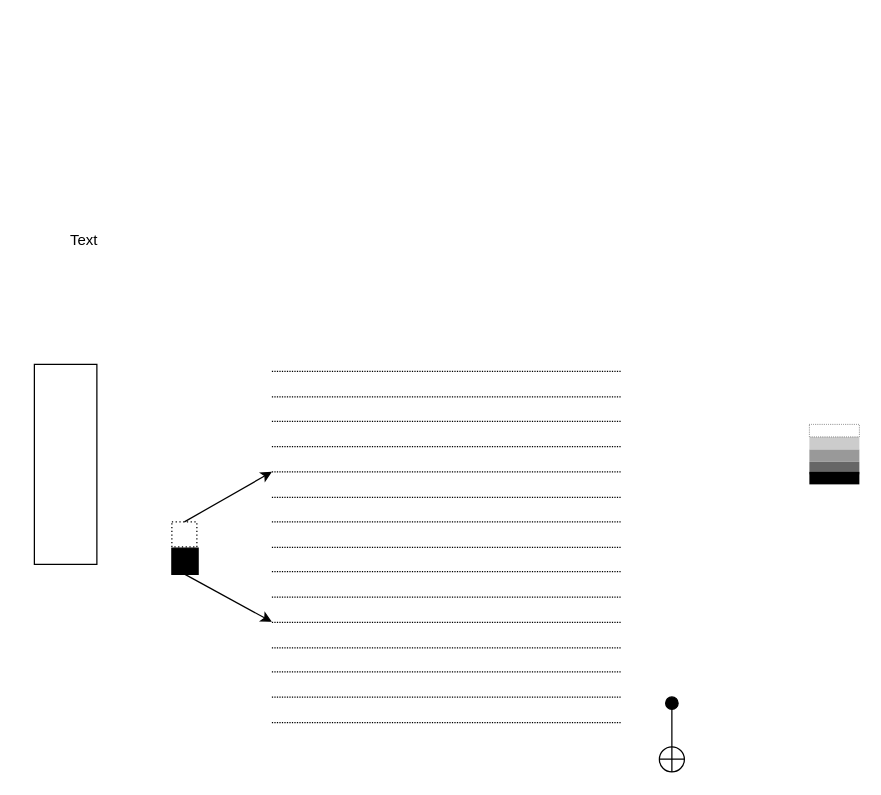
This is VQC-A01.drawio from BiancaMass/Diagrams, a draw.io file, before an edit. Source tidied: cells renumbered, new cells numbered last; positions are measured from the earlier drawing's top-left corner, leaving out a move shared by most shapes. Both pictures are drawn from the tidied source at 125%, with x=0, y=0 at pixel (21, 21).
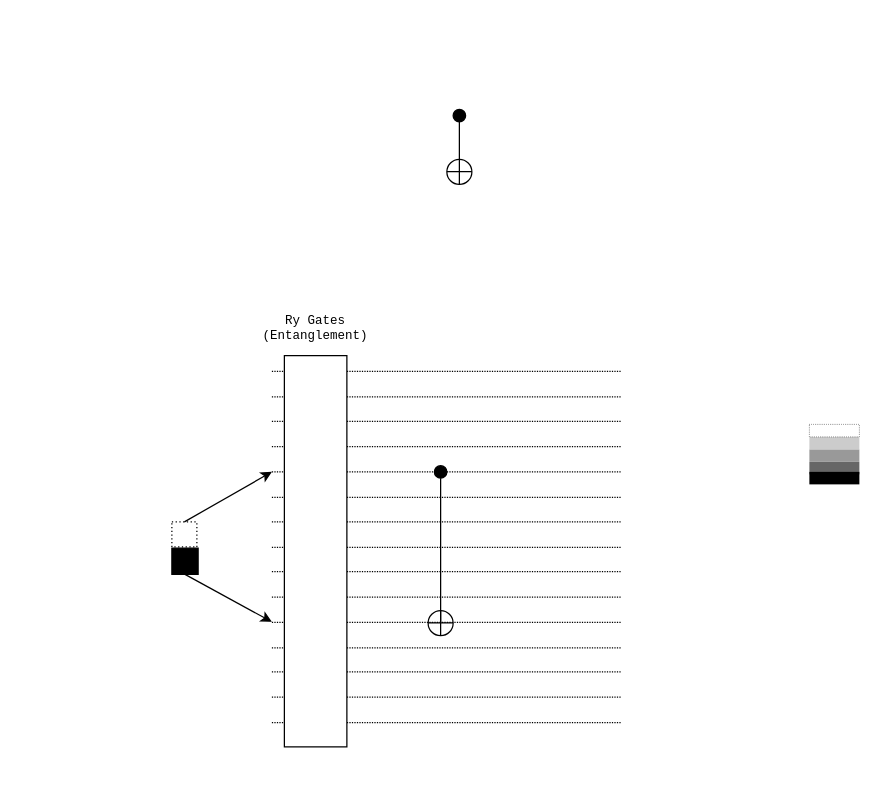
The same page after the edit.

Change to the diagram source:
```diff
@@
-    <mxCell id="12" value="Text" style="text;html=1;strokeColor=none;fillColor=none;align=center;verticalAlign=middle;whiteSpace=wrap;rounded=0;" parent="1" vertex="1">
-      <mxGeometry x="20" y="160" width="60" height="30" as="geometry" />
+    <mxCell id="12" value="Ry Gates (Entanglement)" style="text;html=1;strokeColor=none;fillColor=none;align=center;verticalAlign=middle;whiteSpace=wrap;rounded=0;fontSize=10;fontFamily=Courier New;" parent="1" vertex="1">
+      <mxGeometry x="205" y="230" width="60" height="30" as="geometry" />
     </mxCell>
-    <mxCell id="13" style="rounded=0;whiteSpace=wrap;html=1;" parent="1" vertex="1">
-      <mxGeometry x="10" y="274" width="50" height="160" as="geometry" />
-    </mxCell>
@@
     <mxCell id="15" style="ellipse;whiteSpace=wrap;html=1;fillColor=#000000;" parent="1" vertex="1">
-      <mxGeometry x="515" y="540" width="10" height="10" as="geometry" />
+      <mxGeometry x="330" y="355" width="10" height="10" as="geometry" />
     </mxCell>
     <mxCell id="16" style="ellipse;whiteSpace=wrap;html=1;" parent="1" vertex="1">
-      <mxGeometry x="510" y="580" width="20" height="20" as="geometry" />
+      <mxGeometry x="325" y="471" width="20" height="20" as="geometry" />
     </mxCell>
@@
     <mxCell id="31" style="endArrow=none;html=1;rounded=0;" parent="1" edge="1">
       <mxGeometry relative="1" as="geometry">
-        <mxPoint x="510" y="589.8" as="sourcePoint" />
-        <mxPoint x="530" y="589.8" as="targetPoint" />
+        <mxPoint x="325" y="480.8" as="sourcePoint" />
+        <mxPoint x="345" y="480.8" as="targetPoint" />
       </mxGeometry>
     </mxCell>
     <mxCell id="32" style="endArrow=none;html=1;rounded=0;" parent="1" edge="1">
       <mxGeometry relative="1" as="geometry">
-        <mxPoint x="520" y="600" as="sourcePoint" />
-        <mxPoint x="520" y="580" as="targetPoint" />
+        <mxPoint x="335" y="491" as="sourcePoint" />
+        <mxPoint x="335" y="471" as="targetPoint" />
       </mxGeometry>
     </mxCell>
-    <mxCell id="33" style="endArrow=none;html=1;rounded=0;" parent="1" edge="1" target="15">
+    <mxCell id="33" style="endArrow=none;html=1;rounded=0;" parent="1" edge="1">
       <mxGeometry relative="1" as="geometry">
-        <mxPoint x="520" y="580" as="sourcePoint" />
+        <mxPoint x="335" y="480" as="sourcePoint" />
+        <mxPoint x="335" y="365" as="targetPoint" />
       </mxGeometry>
     </mxCell>
+    <mxCell id="34" style="ellipse;whiteSpace=wrap;html=1;fillColor=#000000;" parent="1" vertex="1">
+      <mxGeometry x="345" y="70" width="10" height="10" as="geometry" />
+    </mxCell>
+    <mxCell id="35" style="ellipse;whiteSpace=wrap;html=1;" parent="1" vertex="1">
+      <mxGeometry x="340" y="110" width="20" height="20" as="geometry" />
+    </mxCell>
+    <mxCell id="36" style="endArrow=none;html=1;rounded=0;" parent="1" edge="1">
+      <mxGeometry relative="1" as="geometry">
+        <mxPoint x="340" y="119.8" as="sourcePoint" />
+        <mxPoint x="360" y="119.8" as="targetPoint" />
+      </mxGeometry>
+    </mxCell>
+    <mxCell id="37" style="endArrow=none;html=1;rounded=0;" parent="1" edge="1">
+      <mxGeometry relative="1" as="geometry">
+        <mxPoint x="350" y="130" as="sourcePoint" />
+        <mxPoint x="350" y="110" as="targetPoint" />
+      </mxGeometry>
+    </mxCell>
+    <mxCell id="38" style="endArrow=none;html=1;rounded=0;" parent="1" edge="1" target="34">
+      <mxGeometry relative="1" as="geometry">
+        <mxPoint x="350" y="110" as="sourcePoint" />
+      </mxGeometry>
+    </mxCell>
+    <mxCell id="13" style="rounded=0;whiteSpace=wrap;html=1;" parent="1" vertex="1">
+      <mxGeometry x="210" y="267" width="50" height="313" as="geometry" />
+    </mxCell>
```
